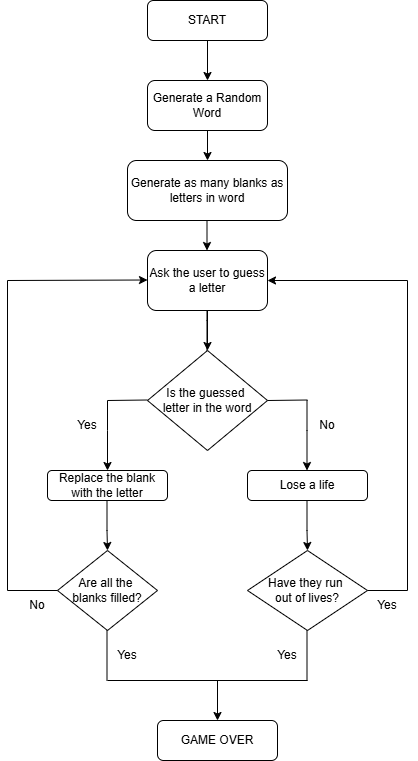
shubh-mittal-25/Python-Practice-Programs keeps this draw.io diagram as Games/Hangman/Hangman_Flowchart.drawio.png. Above is the earlier version. Source tidied: cells renumbered, new cells last; positions are measured from the earlier drawing's top-left corner, leaving out a move shared by most shapes. The source it was exported from:
```xml
<mxGraphModel>
  <root>
    <mxCell id="0" />
    <mxCell id="1" parent="0" />
    <mxCell id="2" style="edgeStyle=orthogonalEdgeStyle;rounded=0;jettySize=auto;html=1;" parent="1" edge="1" source="3" target="4">
      <mxGeometry relative="1" as="geometry" />
    </mxCell>
    <mxCell id="3" value="START" style="rounded=1;whiteSpace=wrap;html=1;fontSize=12;glass=0;strokeWidth=1;shadow=0;" parent="1" vertex="1">
      <mxGeometry x="140" width="120" height="40" as="geometry" />
    </mxCell>
    <mxCell id="4" value="Generate a Random Word" style="rounded=1;whiteSpace=wrap;html=1;" parent="1" vertex="1">
      <mxGeometry x="140" y="80" width="120" height="50" as="geometry" />
    </mxCell>
    <mxCell id="5" style="edgeStyle=orthogonalEdgeStyle;rounded=0;jettySize=auto;html=1;" parent="1" edge="1" source="6" target="8">
      <mxGeometry relative="1" as="geometry" />
    </mxCell>
    <mxCell id="6" value="Ask the user to guess a letter" style="rounded=1;whiteSpace=wrap;html=1;" parent="1" vertex="1">
      <mxGeometry x="140" y="250" width="120" height="60" as="geometry" />
    </mxCell>
    <mxCell id="7" style="rounded=0;html=1;jettySize=auto;orthogonalLoop=1;fontSize=11;endArrow=blockThin;endFill=1;endSize=8;strokeWidth=1;shadow=0;labelBackgroundColor=none;edgeStyle=orthogonalEdgeStyle;" parent="1" edge="1">
      <mxGeometry x="0.33" y="20" relative="1" as="geometry">
        <mxPoint x="199.5" y="310" as="sourcePoint" />
        <mxPoint x="199.5" y="370" as="targetPoint" />
        <Array as="points">
          <mxPoint x="199.5" y="320" />
          <mxPoint x="199.5" y="320" />
        </Array>
      </mxGeometry>
    </mxCell>
    <mxCell id="8" value="Is the guessed&amp;nbsp;&lt;div&gt;letter in the word&lt;/div&gt;" style="rhombus;whiteSpace=wrap;html=1;" parent="1" vertex="1">
      <mxGeometry x="140" y="350" width="120" height="100" as="geometry" />
    </mxCell>
    <mxCell id="9" style="endArrow=none;html=1;rounded=0;" parent="1" edge="1">
      <mxGeometry relative="1" as="geometry">
        <mxPoint x="100" y="400" as="sourcePoint" />
        <mxPoint x="140" y="399.5" as="targetPoint" />
      </mxGeometry>
    </mxCell>
    <mxCell id="10" style="endArrow=classic;html=1;rounded=0;" parent="1" edge="1">
      <mxGeometry relative="1" as="geometry">
        <mxPoint x="100" y="400" as="sourcePoint" />
        <mxPoint x="100" y="470" as="targetPoint" />
        <Array as="points">
          <mxPoint x="100" y="430" />
        </Array>
      </mxGeometry>
    </mxCell>
    <mxCell id="11" style="endArrow=none;html=1;rounded=0;" parent="1" edge="1">
      <mxGeometry relative="1" as="geometry">
        <mxPoint x="260" y="400" as="sourcePoint" />
        <mxPoint x="300" y="399.5" as="targetPoint" />
      </mxGeometry>
    </mxCell>
    <mxCell id="12" value="Lose a life" style="rounded=1;whiteSpace=wrap;html=1;" parent="1" vertex="1">
      <mxGeometry x="240" y="470" width="120" height="30" as="geometry" />
    </mxCell>
    <mxCell id="13" style="edgeStyle=orthogonalEdgeStyle;rounded=0;jettySize=auto;html=1;" parent="1" edge="1" source="4" target="14">
      <mxGeometry relative="1" as="geometry" />
    </mxCell>
    <mxCell id="14" value="Generate as many blanks as letters in word" style="rounded=1;whiteSpace=wrap;html=1;" parent="1" vertex="1">
      <mxGeometry x="120" y="160" width="160" height="60" as="geometry" />
    </mxCell>
    <mxCell id="15" style="edgeStyle=orthogonalEdgeStyle;rounded=0;orthogonalLoop=1;jettySize=auto;html=1;" parent="1" edge="1">
      <mxGeometry relative="1" as="geometry">
        <mxPoint x="199.5" y="220" as="sourcePoint" />
        <mxPoint x="199.5" y="250" as="targetPoint" />
      </mxGeometry>
    </mxCell>
    <mxCell id="16" style="endArrow=classic;html=1;rounded=0;" parent="1" edge="1">
      <mxGeometry relative="1" as="geometry">
        <mxPoint x="299.5" y="400" as="sourcePoint" />
        <mxPoint x="299.5" y="470" as="targetPoint" />
        <Array as="points">
          <mxPoint x="299.5" y="430" />
        </Array>
      </mxGeometry>
    </mxCell>
    <mxCell id="17" value="Replace the blank with the letter" style="rounded=1;whiteSpace=wrap;html=1;" parent="1" vertex="1">
      <mxGeometry x="40" y="470" width="120" height="30" as="geometry" />
    </mxCell>
    <mxCell id="18" style="endArrow=classic;html=1;rounded=0;" parent="1" edge="1">
      <mxGeometry relative="1" as="geometry">
        <mxPoint y="280" as="sourcePoint" />
        <mxPoint x="140" y="279.5" as="targetPoint" />
      </mxGeometry>
    </mxCell>
    <mxCell id="19" style="endArrow=none;html=1;rounded=0;" parent="1" edge="1">
      <mxGeometry relative="1" as="geometry">
        <mxPoint y="590" as="sourcePoint" />
        <mxPoint y="280" as="targetPoint" />
      </mxGeometry>
    </mxCell>
    <mxCell id="20" style="endArrow=classic;html=1;rounded=0;" parent="1" edge="1">
      <mxGeometry relative="1" as="geometry">
        <mxPoint x="99.5" y="500" as="sourcePoint" />
        <mxPoint x="100" y="550" as="targetPoint" />
        <Array as="points">
          <mxPoint x="99.5" y="530" />
        </Array>
      </mxGeometry>
    </mxCell>
    <mxCell id="21" value="Are all the&amp;nbsp;&lt;div&gt;blanks filled?&lt;/div&gt;" style="rhombus;whiteSpace=wrap;html=1;" parent="1" vertex="1">
      <mxGeometry x="50" y="550" width="100" height="80" as="geometry" />
    </mxCell>
    <mxCell id="22" value="Yes" style="text;html=1;whiteSpace=wrap;strokeColor=none;fillColor=none;align=center;verticalAlign=middle;rounded=0;" parent="1" vertex="1">
      <mxGeometry x="50" y="410" width="60" height="30" as="geometry" />
    </mxCell>
    <mxCell id="23" value="No" style="text;html=1;whiteSpace=wrap;strokeColor=none;fillColor=none;align=center;verticalAlign=middle;rounded=0;" parent="1" vertex="1">
      <mxGeometry x="290" y="410" width="60" height="30" as="geometry" />
    </mxCell>
    <mxCell id="24" style="endArrow=none;html=1;rounded=0;entryX=0;entryY=0.5;entryDx=0;entryDy=0;" parent="1" edge="1" target="21">
      <mxGeometry relative="1" as="geometry">
        <mxPoint y="590" as="sourcePoint" />
      </mxGeometry>
    </mxCell>
    <mxCell id="25" value="No" style="text;html=1;whiteSpace=wrap;strokeColor=none;fillColor=none;align=center;verticalAlign=middle;rounded=0;" parent="1" vertex="1">
      <mxGeometry y="590" width="60" height="30" as="geometry" />
    </mxCell>
    <mxCell id="26" style="endArrow=classic;html=1;rounded=0;" parent="1" edge="1">
      <mxGeometry relative="1" as="geometry">
        <mxPoint x="299.5" y="500" as="sourcePoint" />
        <mxPoint x="300" y="550" as="targetPoint" />
        <Array as="points">
          <mxPoint x="299.5" y="530" />
        </Array>
      </mxGeometry>
    </mxCell>
    <mxCell id="27" value="Have they run&amp;nbsp;&lt;div&gt;out of lives?&lt;/div&gt;" style="rhombus;whiteSpace=wrap;html=1;" parent="1" vertex="1">
      <mxGeometry x="240" y="550" width="120" height="80" as="geometry" />
    </mxCell>
    <mxCell id="28" style="endArrow=classic;html=1;rounded=0;" parent="1" edge="1">
      <mxGeometry relative="1" as="geometry">
        <mxPoint x="400" y="280" as="sourcePoint" />
        <mxPoint x="260" y="280" as="targetPoint" />
      </mxGeometry>
    </mxCell>
    <mxCell id="29" style="endArrow=none;html=1;rounded=0;" parent="1" edge="1">
      <mxGeometry relative="1" as="geometry">
        <mxPoint x="400" y="590" as="sourcePoint" />
        <mxPoint x="400" y="280" as="targetPoint" />
      </mxGeometry>
    </mxCell>
    <mxCell id="30" style="endArrow=none;html=1;rounded=0;" parent="1" edge="1">
      <mxGeometry relative="1" as="geometry">
        <mxPoint x="360" y="590" as="sourcePoint" />
        <mxPoint x="400" y="590" as="targetPoint" />
      </mxGeometry>
    </mxCell>
    <mxCell id="31" value="Yes" style="text;html=1;whiteSpace=wrap;strokeColor=none;fillColor=none;align=center;verticalAlign=middle;rounded=0;" parent="1" vertex="1">
      <mxGeometry x="350" y="590" width="60" height="30" as="geometry" />
    </mxCell>
    <mxCell id="32" style="endArrow=none;html=1;rounded=0;" parent="1" edge="1">
      <mxGeometry relative="1" as="geometry">
        <mxPoint x="99.5" y="680" as="sourcePoint" />
        <mxPoint x="99.5" y="630" as="targetPoint" />
      </mxGeometry>
    </mxCell>
    <mxCell id="33" style="endArrow=none;html=1;rounded=0;" parent="1" edge="1">
      <mxGeometry relative="1" as="geometry">
        <mxPoint x="299.5" y="680" as="sourcePoint" />
        <mxPoint x="299.5" y="630" as="targetPoint" />
      </mxGeometry>
    </mxCell>
    <mxCell id="34" style="endArrow=none;html=1;rounded=0;" parent="1" edge="1">
      <mxGeometry relative="1" as="geometry">
        <mxPoint x="100" y="680" as="sourcePoint" />
        <mxPoint x="300" y="680" as="targetPoint" />
      </mxGeometry>
    </mxCell>
    <mxCell id="35" style="edgeStyle=none;orthogonalLoop=1;jettySize=auto;html=1;rounded=0;" parent="1" edge="1">
      <mxGeometry relative="1" as="geometry">
        <mxPoint x="210" y="680" as="sourcePoint" />
        <mxPoint x="210" y="720" as="targetPoint" />
      </mxGeometry>
    </mxCell>
    <mxCell id="36" value="GAME OVER" style="rounded=1;whiteSpace=wrap;html=1;" parent="1" vertex="1">
      <mxGeometry x="150" y="720" width="120" height="40" as="geometry" />
    </mxCell>
    <mxCell id="37" value="Yes" style="text;html=1;whiteSpace=wrap;strokeColor=none;fillColor=none;align=center;verticalAlign=middle;rounded=0;" parent="1" vertex="1">
      <mxGeometry x="90" y="640" width="60" height="30" as="geometry" />
    </mxCell>
    <mxCell id="38" value="Yes" style="text;html=1;whiteSpace=wrap;strokeColor=none;fillColor=none;align=center;verticalAlign=middle;rounded=0;" parent="1" vertex="1">
      <mxGeometry x="250" y="640" width="60" height="30" as="geometry" />
    </mxCell>
  </root>
</mxGraphModel>
```
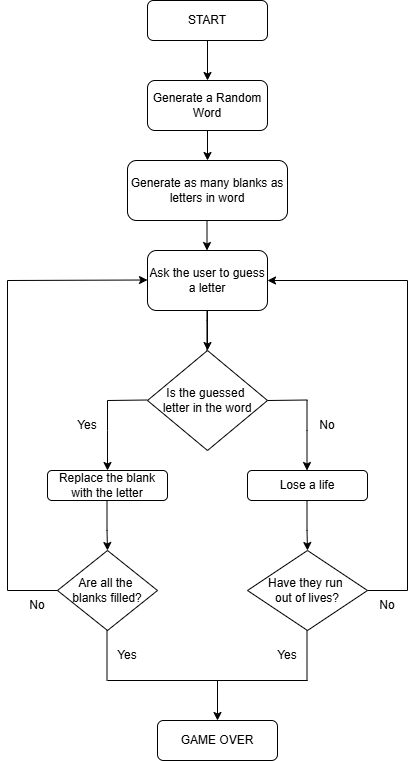
The same file after the commit.

Change to the diagram source:
```diff
@@ -146,7 +146,7 @@
         <mxPoint x="400" y="590" as="targetPoint" />
       </mxGeometry>
     </mxCell>
-    <mxCell id="31" value="Yes" style="text;html=1;whiteSpace=wrap;strokeColor=none;fillColor=none;align=center;verticalAlign=middle;rounded=0;" parent="1" vertex="1">
+    <mxCell id="31" value="No" style="text;html=1;whiteSpace=wrap;strokeColor=none;fillColor=none;align=center;verticalAlign=middle;rounded=0;" parent="1" vertex="1">
       <mxGeometry x="350" y="590" width="60" height="30" as="geometry" />
     </mxCell>
     <mxCell id="32" style="endArrow=none;html=1;rounded=0;" parent="1" edge="1">
```
